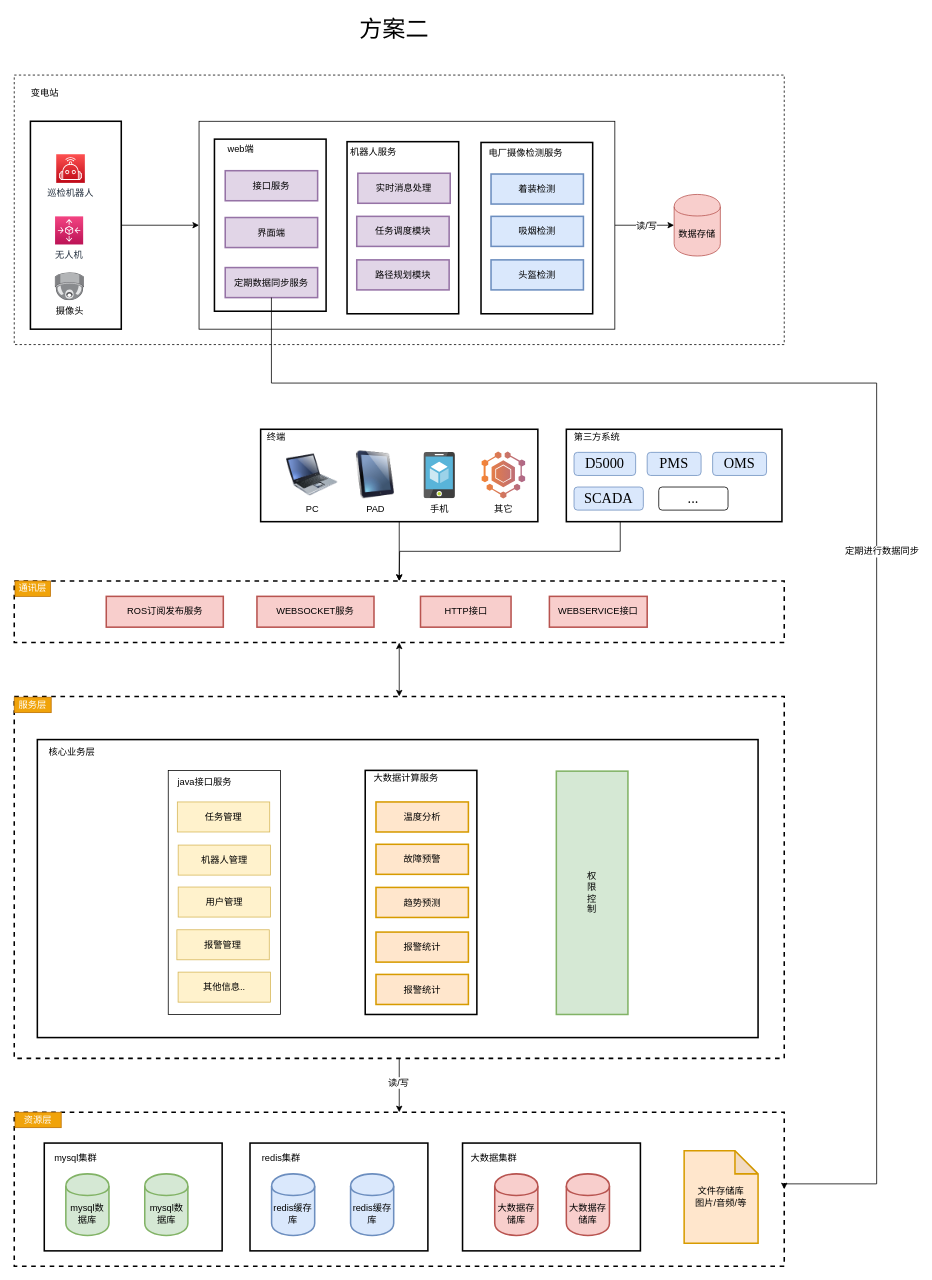
Before: ydrobot-framework-v2.1.drawio in wangyufei0807/draw, a draw.io diagram. Source tidied: cells renumbered, new cells numbered last; positions are measured from the earlier drawing's top-left corner, leaving out a move shared by most shapes. Both pictures are drawn from the tidied source at 77%, with x=0, y=0 at pixel (14, 13).
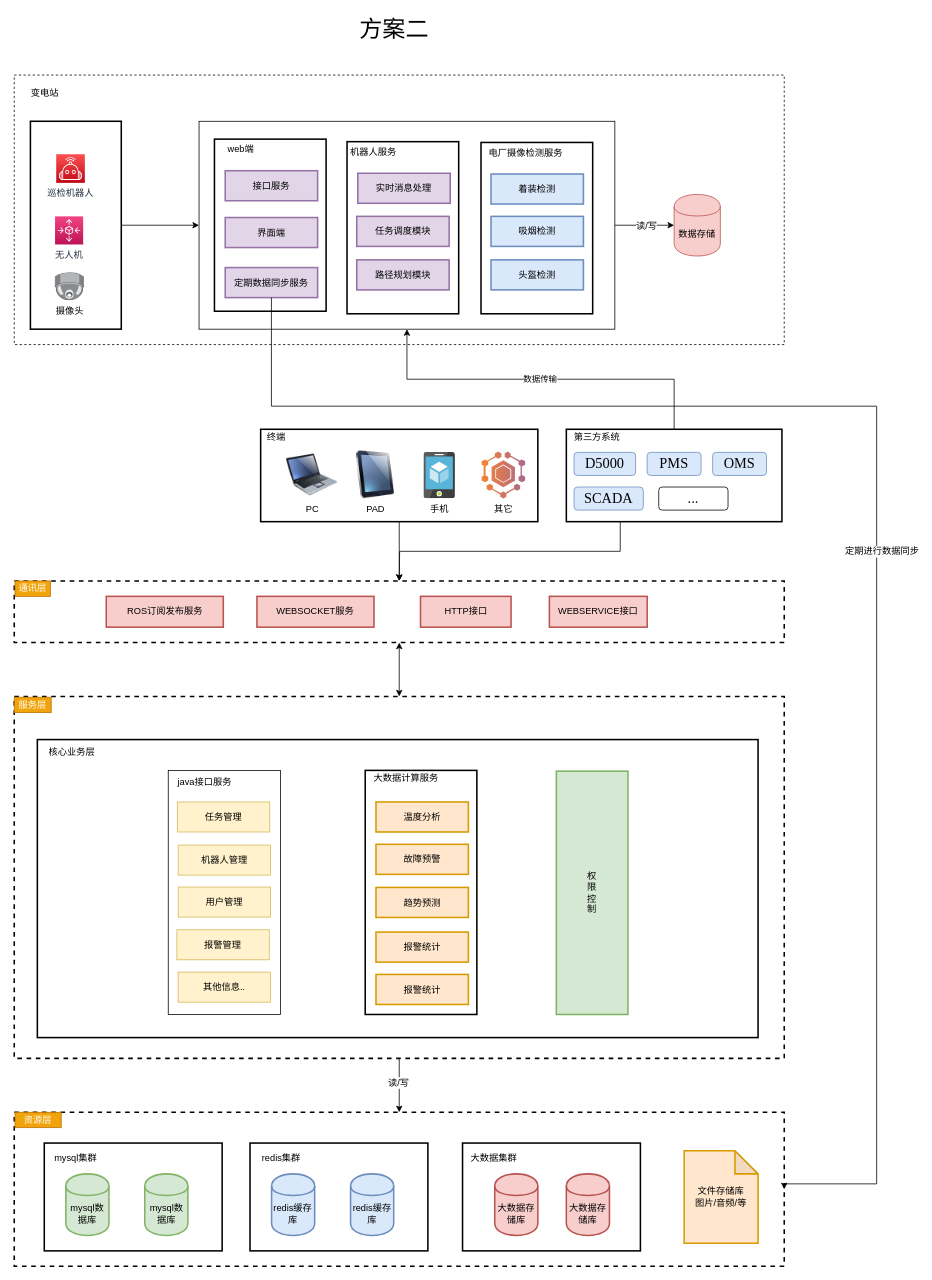
The same diagram, later.

Unchanged cells that the change refers to:
```xml
<mxCell id="5" style="rounded=0;whiteSpace=wrap;html=1;" parent="1" vertex="1">
  <mxGeometry x="240" y="140" width="540" height="270" as="geometry" />
</mxCell>
<mxCell id="10" style="rounded=0;whiteSpace=wrap;html=1;labelBackgroundColor=none;strokeWidth=2;fillColor=none;dashed=1;" parent="1" vertex="1">
  <mxGeometry y="1427" width="1000" height="200" as="geometry" />
</mxCell>
<mxCell id="17" style="rounded=0;whiteSpace=wrap;html=1;strokeWidth=2;" parent="1" vertex="1">
  <mxGeometry x="717" y="540" width="280" height="120" as="geometry" />
</mxCell>
<mxCell id="85" value="定期数据同步服务" style="rounded=0;whiteSpace=wrap;html=1;labelBackgroundColor=none;strokeWidth=2;fillColor=#e1d5e7;strokeColor=#9673a6;" parent="1" vertex="1">
  <mxGeometry x="274" y="330" width="120" height="39" as="geometry" />
</mxCell>
```

What changed in the source:
```diff
@@
+    <mxCell id="89" value="数据传输" style="edgeStyle=orthogonalEdgeStyle;rounded=0;jettySize=auto;html=1;exitX=0.5;exitY=0;exitDx=0;exitDy=0;" parent="1" edge="1" source="17" target="5">
+      <mxGeometry relative="1" as="geometry" />
+    </mxCell>
@@
     <mxCell id="86" style="edgeStyle=orthogonalEdgeStyle;rounded=0;jettySize=auto;html=1;exitX=0.5;exitY=1;exitDx=0;exitDy=0;entryX=1;entryY=0.5;entryDx=0;entryDy=0;" parent="1" edge="1" source="85" target="10">
       <mxGeometry relative="1" as="geometry">
         <Array as="points">
-          <mxPoint x="334" y="480" />
-          <mxPoint x="1120" y="480" />
+          <mxPoint x="334" y="510" />
+          <mxPoint x="1120" y="510" />
           <mxPoint x="1120" y="1520" />
           <mxPoint x="1000" y="1520" />
         </Array>
       </mxGeometry>
     </mxCell>
```
